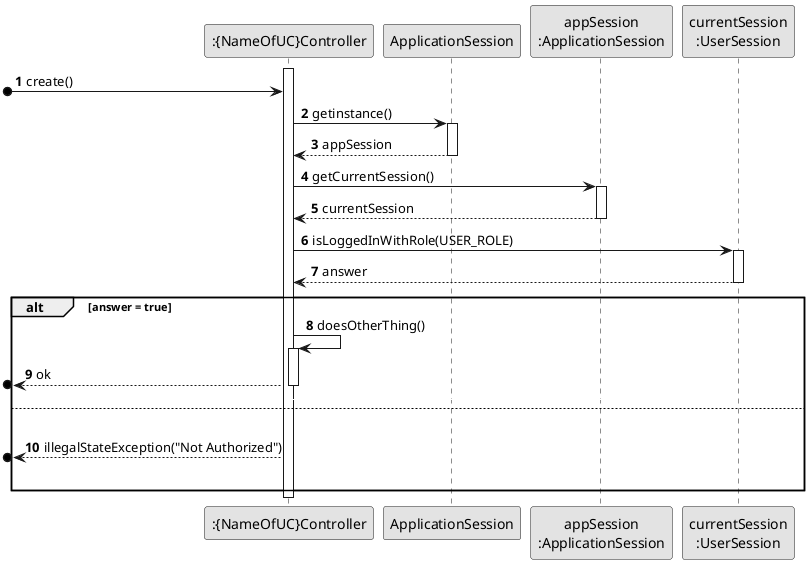
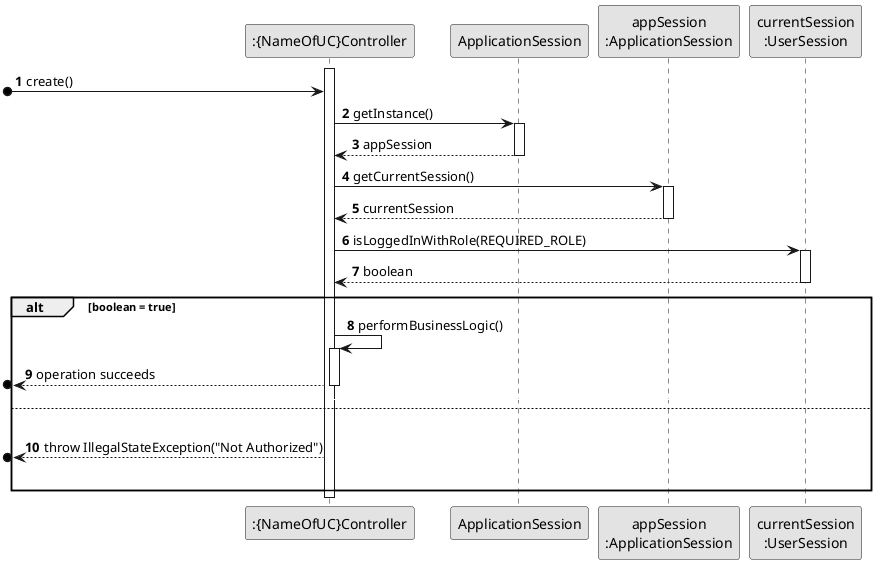
@startuml
skinparam monochrome true
skinparam packageStyle rectangle
skinparam shadowing false

autonumber

'hide footbox
participant ":{NameOfUC}Controller" as CTRL
participant "ApplicationSession" as APP_SESSION
participant "appSession\n:ApplicationSession" as APP_SESSION_SINGLETON
participant "currentSession\n:UserSession" as CURRENT_SESSION

activate CTRL
[o-> CTRL : create()
-     CTRL -> APP_SESSION : getinstance()
+     CTRL -> APP_SESSION : getInstance()

    activate APP_SESSION
        APP_SESSION --> CTRL : appSession
    deactivate APP_SESSION

    CTRL -> APP_SESSION_SINGLETON : getCurrentSession()
    activate APP_SESSION_SINGLETON
        APP_SESSION_SINGLETON --> CTRL : currentSession
    deactivate APP_SESSION_SINGLETON

-     CTRL -> CURRENT_SESSION : isLoggedInWithRole(USER_ROLE)
+     CTRL -> CURRENT_SESSION : isLoggedInWithRole(REQUIRED_ROLE)
    activate CURRENT_SESSION
-         CURRENT_SESSION --> CTRL : answer
+         CURRENT_SESSION --> CTRL : boolean
    deactivate CURRENT_SESSION

-     alt answer = true
-         CTRL -> CTRL : doesOtherThing()
+     alt boolean = true
+         CTRL -> CTRL : performBusinessLogic()
        activate CTRL
-             [o<-- CTRL : ok
+             [o<-- CTRL : operation succeeds
        deactivate CTRL

        autonumber stop
        CTRL -[#white]> CURRENT_SESSION
        autonumber resume
    else
        |||
-         [o<-- CTRL : illegalStateException("Not Authorized")
+         [o<-- CTRL : throw IllegalStateException("Not Authorized")
        |||
    end alt

deactivate CTRL

@enduml